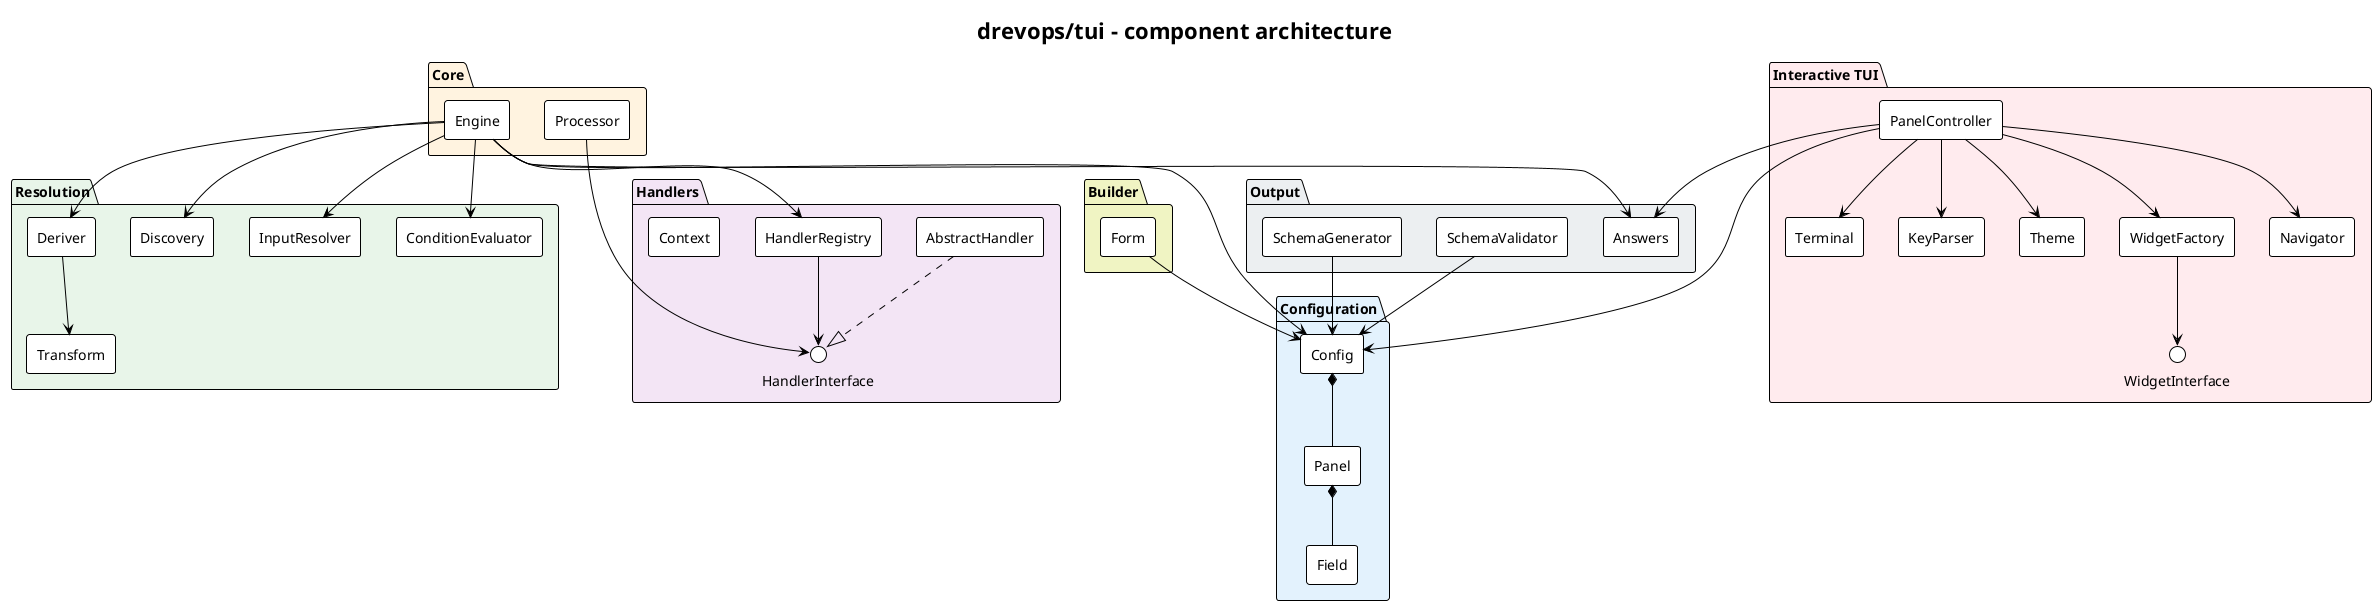
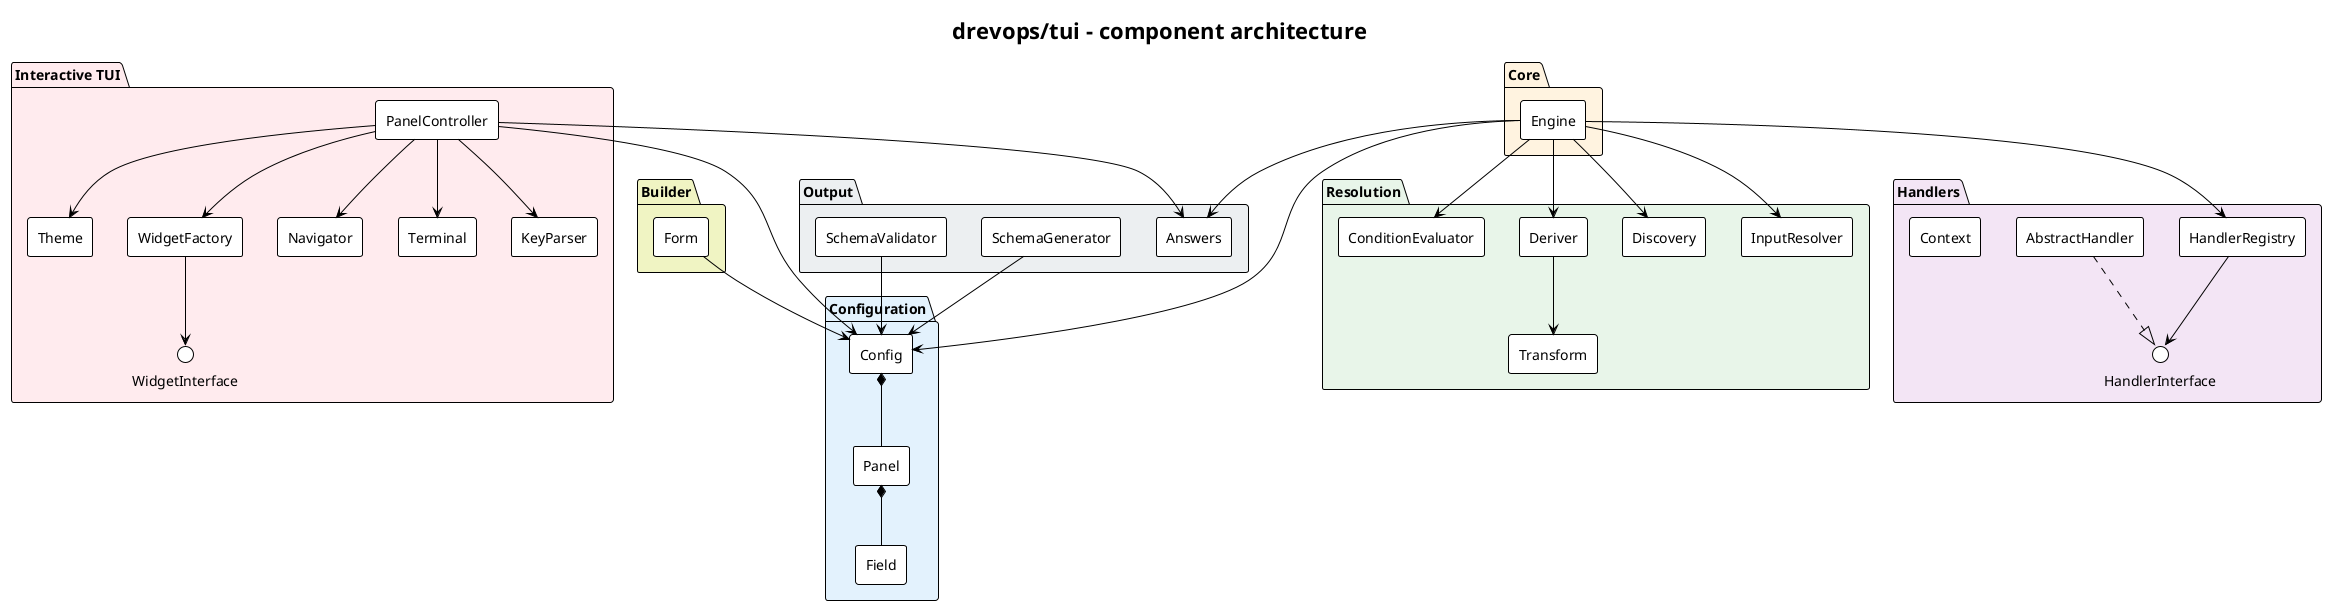
@startuml
' drevops/tui - component architecture.
' Packages mirror the src/ subdirectories; arrows show the main dependencies.
' Regenerate every SVG with:  plantuml -tsvg docs/architecture/*.puml
!theme plain
skinparam backgroundColor white
skinparam defaultFontName Helvetica
skinparam shadowing false
skinparam componentStyle rectangle
title drevops/tui - component architecture

package "Builder" #F0F4C3 {
  [Form]
}

package "Configuration" #E3F2FD {
  [Config]
  [Panel]
  [Field]
}

package "Core" #FFF3E0 {
  [Engine]
-   [Processor]
}

package "Resolution" #E8F5E9 {
  [InputResolver]
  [Discovery]
  [Deriver]
  [Transform]
  [ConditionEvaluator]
}

package "Handlers" #F3E5F5 {
  [HandlerRegistry]
  interface HandlerInterface
  [AbstractHandler]
  [Context]
}

package "Output" #ECEFF1 {
  [Answers]
  [SchemaGenerator]
  [SchemaValidator]
}

package "Interactive TUI" #FFEBEE {
  [PanelController]
  [Theme]
  [WidgetFactory]
  interface WidgetInterface
  [Navigator]
  [Terminal]
  [KeyParser]
}

[Form] --> [Config]
[Config] *-- [Panel]
[Panel] *-- [Field]

[Engine] --> [Config]
[Engine] --> [InputResolver]
[Engine] --> [Discovery]
[Engine] --> [Deriver]
[Deriver] --> [Transform]
[Engine] --> [ConditionEvaluator]
[Engine] --> [HandlerRegistry]
[HandlerRegistry] --> HandlerInterface
[AbstractHandler] ..|> HandlerInterface
[Engine] --> [Answers]
- [Processor] --> HandlerInterface

[SchemaGenerator] --> [Config]
[SchemaValidator] --> [Config]

[PanelController] --> [Config]
[PanelController] --> [Theme]
[PanelController] --> [WidgetFactory]
[WidgetFactory] --> WidgetInterface
[PanelController] --> [Navigator]
[PanelController] --> [Terminal]
[PanelController] --> [KeyParser]
[PanelController] --> [Answers]
@enduml
